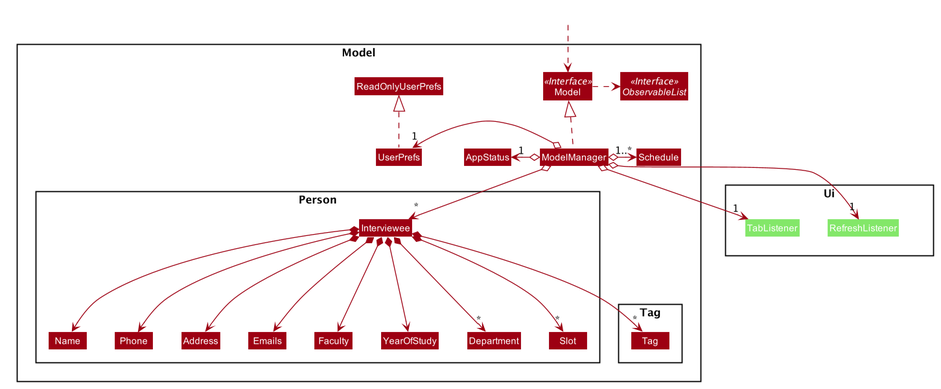
This is docs/images/ModelClassDiagram.png from AY1920S1-CS2103-F09-1/addressbook-level3, a PlantUML export, as it was before one commit. Its source is kept beside it as docs/diagrams/ModelClassDiagram.puml.
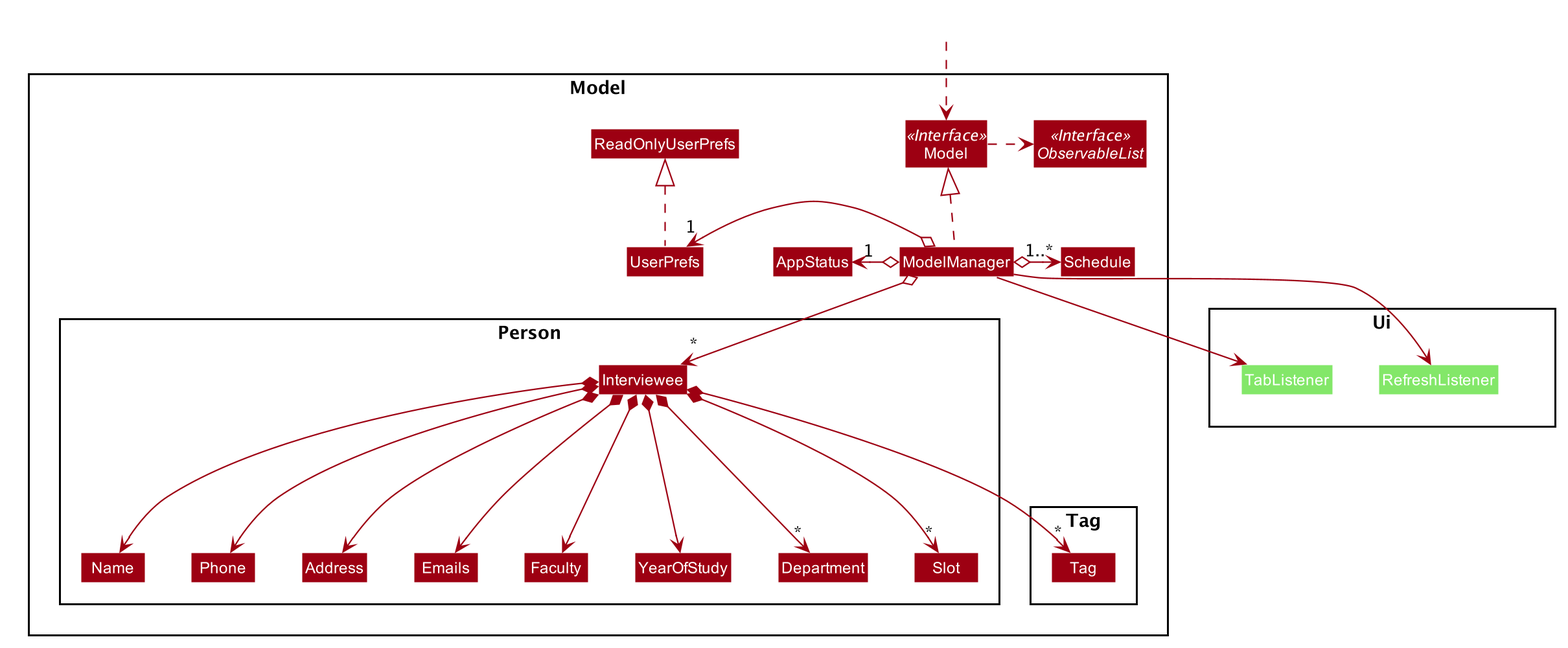
Above is the later version.

What changed in the source:
```diff
@@ -46,8 +46,8 @@
 ModelManager o-left-> "1" AppStatus
 ModelManager o-left> "1" UserPrefs
 ModelManager o-right> "1..*" Schedule
-ModelManager o--> "1" RefreshListener
-ModelManager o--> "1" TabListener
+ModelManager --> RefreshListener
+ModelManager --> TabListener
 UserPrefs .up.|> ReadOnlyUserPrefs
 UserPrefs -[hidden]down-> UserPrefs
 
```
